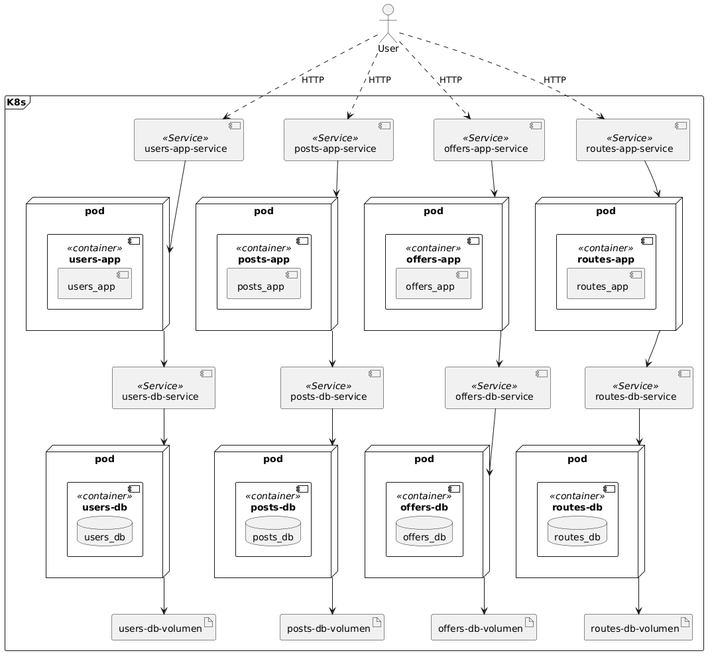
This is docs/diagrams/deployment.png from PedroTrujilloV/CloudNativeComputingSharedSuitcaseApp, a PlantUML export, as it was before one commit. Source of this version:
```plantuml
@startuml deployment

actor "User" as User

frame "K8s" {

  component "users-app-service" as UsersAppService <<Service>>
  component "posts-app-service" as PostsAppService <<Service>>
  component "offers-app-service" as OffersAppService <<Service>>
  component "routes-app-service" as RoutesAppService <<Service>>

  node "pod" as UsersAppPod {
    component "users-app" as UsersAppContainer <<container>> {
      component "users_app" as UsersApp
    }
  }

  node "pod" as PostsAppPod {
    component "posts-app" as PostsAppContainer <<container>> {
      component "posts_app" as PostsApp
    }
  }

  node "pod" as OffersAppPod {
    component "offers-app" as OffersAppContainer <<container>> {
      component "offers_app" as OffersApp
    }
  }

  node "pod" as RoutesAppPod {
    component "routes-app" as RoutesAppContainer <<container>> {
      component "routes_app" as RoutesApp
    }
  }

  component "users-db-service" as UsersDbService <<Service>>
  component "posts-db-service" as PostsDbService <<Service>>
  component "offers-db-service" as OffersDbService <<Service>>
  component "routes-db-service" as RoutesDbService <<Service>>

  node "pod" as UsersDbPod {
    component "users-db" as UsersDbContainer <<container>> {
      database "users_db" as UsersDb
    }
  }

  node "pod" as PostsDbPod {
    component "posts-db" as PostsDbContainer <<container>> {
      database "posts_db" as PostsDb
    }
  }

  node "pod" as OffersDbPod {
    component "offers-db" as OffersDbContainer <<container>> {
      database "offers_db" as OffersDb
    }
  }

  node "pod" as RoutesDbPod {
    component "routes-db" as RoutesDbContainer <<container>> {
      database "routes_db" as RoutesDb
    }
  }

  artifact "users-db-volumen" as UsersDbVolume
  artifact "posts-db-volumen" as PostsDbVolume
  artifact "offers-db-volumen" as OffersDbVolume
  artifact "routes-db-volumen" as RoutesDbVolume

  UsersAppService --> UsersAppPod
  PostsAppService --> PostsAppPod
  OffersAppService --> OffersAppPod
  RoutesAppService --> RoutesAppPod

  UsersAppPod --> UsersDbService
  PostsAppPod --> PostsDbService
  OffersAppPod --> OffersDbService
  RoutesAppPod --> RoutesDbService

  UsersDbService --> UsersDbPod
  PostsDbService --> PostsDbPod
  OffersDbService --> OffersDbPod
  RoutesDbService --> RoutesDbPod

  UsersDbPod --> UsersDbVolume
  PostsDbPod --> PostsDbVolume
  OffersDbPod --> OffersDbVolume
  RoutesDbPod --> RoutesDbVolume
}

User ..> UsersAppService : HTTP
User ..> PostsAppService : HTTP
User ..> OffersAppService : HTTP
User ..> RoutesAppService : HTTP

@enduml
```
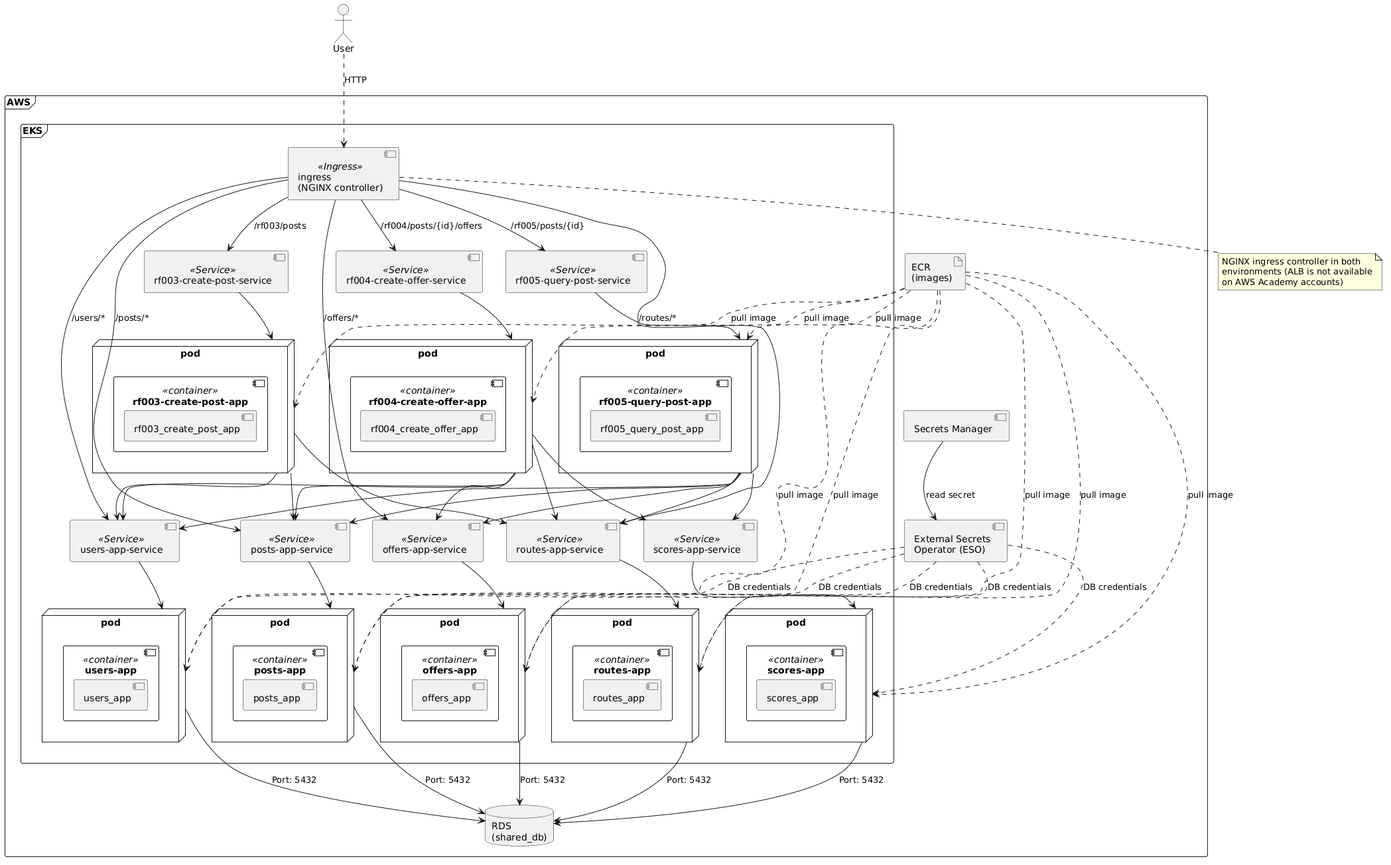
After the change.

What changed in the source:
```diff
@@ -2,95 +2,139 @@
 
 actor "User" as User
 
-frame "K8s" {
+frame "AWS" {
 
-  component "users-app-service" as UsersAppService <<Service>>
-  component "posts-app-service" as PostsAppService <<Service>>
-  component "offers-app-service" as OffersAppService <<Service>>
-  component "routes-app-service" as RoutesAppService <<Service>>
+  frame "EKS" {
 
-  node "pod" as UsersAppPod {
-    component "users-app" as UsersAppContainer <<container>> {
-      component "users_app" as UsersApp
+    component "ingress\n(NGINX controller)" as Ingress <<Ingress>>
+
+    component "rf003-create-post-service" as RF003Service <<Service>>
+    component "rf004-create-offer-service" as RF004Service <<Service>>
+    component "rf005-query-post-service" as RF005Service <<Service>>
+
+    component "users-app-service" as UsersAppService <<Service>>
+    component "posts-app-service" as PostsAppService <<Service>>
+    component "offers-app-service" as OffersAppService <<Service>>
+    component "routes-app-service" as RoutesAppService <<Service>>
+    component "scores-app-service" as ScoresAppService <<Service>>
+
+    node "pod" as RF003Pod {
+      component "rf003-create-post-app" as RF003Container <<container>> {
+        component "rf003_create_post_app" as RF003App
+      }
     }
+
+    node "pod" as RF004Pod {
+      component "rf004-create-offer-app" as RF004Container <<container>> {
+        component "rf004_create_offer_app" as RF004App
+      }
+    }
+
+    node "pod" as RF005Pod {
+      component "rf005-query-post-app" as RF005Container <<container>> {
+        component "rf005_query_post_app" as RF005App
+      }
+    }
+
+    node "pod" as UsersAppPod {
+      component "users-app" as UsersAppContainer <<container>> {
+        component "users_app" as UsersApp
+      }
+    }
+
+    node "pod" as PostsAppPod {
+      component "posts-app" as PostsAppContainer <<container>> {
+        component "posts_app" as PostsApp
+      }
+    }
+
+    node "pod" as OffersAppPod {
+      component "offers-app" as OffersAppContainer <<container>> {
+        component "offers_app" as OffersApp
+      }
+    }
+
+    node "pod" as RoutesAppPod {
+      component "routes-app" as RoutesAppContainer <<container>> {
+        component "routes_app" as RoutesApp
+      }
+    }
+
+    node "pod" as ScoresAppPod {
+      component "scores-app" as ScoresAppContainer <<container>> {
+        component "scores_app" as ScoresApp
+      }
+    }
+
+    Ingress --> RF003Service : "/rf003/posts"
+    Ingress --> RF004Service : "/rf004/posts/{id}/offers"
+    Ingress --> RF005Service : "/rf005/posts/{id}"
+    Ingress --> UsersAppService : "/users/*"
+    Ingress --> PostsAppService : "/posts/*"
+    Ingress --> OffersAppService : "/offers/*"
+    Ingress --> RoutesAppService : "/routes/*"
+
+    RF003Service --> RF003Pod
+    RF004Service --> RF004Pod
+    RF005Service --> RF005Pod
+
+    RF003Pod --> UsersAppService
+    RF003Pod --> RoutesAppService
+    RF003Pod --> PostsAppService
+
+    RF004Pod --> UsersAppService
+    RF004Pod --> PostsAppService
+    RF004Pod --> RoutesAppService
+    RF004Pod --> OffersAppService
+    RF004Pod --> ScoresAppService
+
+    RF005Pod --> UsersAppService
+    RF005Pod --> PostsAppService
+    RF005Pod --> RoutesAppService
+    RF005Pod --> OffersAppService
+    RF005Pod --> ScoresAppService
+
+    UsersAppService --> UsersAppPod
+    PostsAppService --> PostsAppPod
+    OffersAppService --> OffersAppPod
+    RoutesAppService --> RoutesAppPod
+    ScoresAppService --> ScoresAppPod
   }
 
-  node "pod" as PostsAppPod {
-    component "posts-app" as PostsAppContainer <<container>> {
-      component "posts_app" as PostsApp
-    }
-  }
+  database "RDS\n(shared_db)" as SharedDb
 
-  node "pod" as OffersAppPod {
-    component "offers-app" as OffersAppContainer <<container>> {
-      component "offers_app" as OffersApp
-    }
-  }
+  UsersAppPod --> SharedDb : "Port: 5432"
+  PostsAppPod --> SharedDb : "Port: 5432"
+  OffersAppPod --> SharedDb : "Port: 5432"
+  RoutesAppPod --> SharedDb : "Port: 5432"
+  ScoresAppPod --> SharedDb : "Port: 5432"
 
-  node "pod" as RoutesAppPod {
-    component "routes-app" as RoutesAppContainer <<container>> {
-      component "routes_app" as RoutesApp
-    }
-  }
+  artifact "ECR\n(images)" as ECR
+  ECR ..> UsersAppPod : "pull image"
+  ECR ..> PostsAppPod : "pull image"
+  ECR ..> OffersAppPod : "pull image"
+  ECR ..> RoutesAppPod : "pull image"
+  ECR ..> ScoresAppPod : "pull image"
+  ECR ..> RF003Pod : "pull image"
+  ECR ..> RF004Pod : "pull image"
+  ECR ..> RF005Pod : "pull image"
 
-  component "users-db-service" as UsersDbService <<Service>>
-  component "posts-db-service" as PostsDbService <<Service>>
-  component "offers-db-service" as OffersDbService <<Service>>
-  component "routes-db-service" as RoutesDbService <<Service>>
-
-  node "pod" as UsersDbPod {
-    component "users-db" as UsersDbContainer <<container>> {
-      database "users_db" as UsersDb
-    }
-  }
-
-  node "pod" as PostsDbPod {
-    component "posts-db" as PostsDbContainer <<container>> {
-      database "posts_db" as PostsDb
-    }
-  }
-
-  node "pod" as OffersDbPod {
-    component "offers-db" as OffersDbContainer <<container>> {
-      database "offers_db" as OffersDb
-    }
-  }
-
-  node "pod" as RoutesDbPod {
-    component "routes-db" as RoutesDbContainer <<container>> {
-      database "routes_db" as RoutesDb
-    }
-  }
-
-  artifact "users-db-volumen" as UsersDbVolume
-  artifact "posts-db-volumen" as PostsDbVolume
-  artifact "offers-db-volumen" as OffersDbVolume
-  artifact "routes-db-volumen" as RoutesDbVolume
-
-  UsersAppService --> UsersAppPod
-  PostsAppService --> PostsAppPod
-  OffersAppService --> OffersAppPod
-  RoutesAppService --> RoutesAppPod
-
-  UsersAppPod --> UsersDbService
-  PostsAppPod --> PostsDbService
-  OffersAppPod --> OffersDbService
-  RoutesAppPod --> RoutesDbService
-
-  UsersDbService --> UsersDbPod
-  PostsDbService --> PostsDbPod
-  OffersDbService --> OffersDbPod
-  RoutesDbService --> RoutesDbPod
-
-  UsersDbPod --> UsersDbVolume
-  PostsDbPod --> PostsDbVolume
-  OffersDbPod --> OffersDbVolume
-  RoutesDbPod --> RoutesDbVolume
+  component "Secrets Manager" as SecretsManager
+  component "External Secrets\nOperator (ESO)" as ESO
+  SecretsManager --> ESO : "read secret"
+  ESO ..> UsersAppPod : "DB credentials"
+  ESO ..> PostsAppPod : "DB credentials"
+  ESO ..> OffersAppPod : "DB credentials"
+  ESO ..> RoutesAppPod : "DB credentials"
+  ESO ..> ScoresAppPod : "DB credentials"
 }
 
-User ..> UsersAppService : HTTP
-User ..> PostsAppService : HTTP
-User ..> OffersAppService : HTTP
-User ..> RoutesAppService : HTTP
+User ..> Ingress : HTTP
+
+note bottom of Ingress
+  NGINX ingress controller in both
+  environments (ALB is not available
+  on AWS Academy accounts)
+end note
 
 @enduml
```
